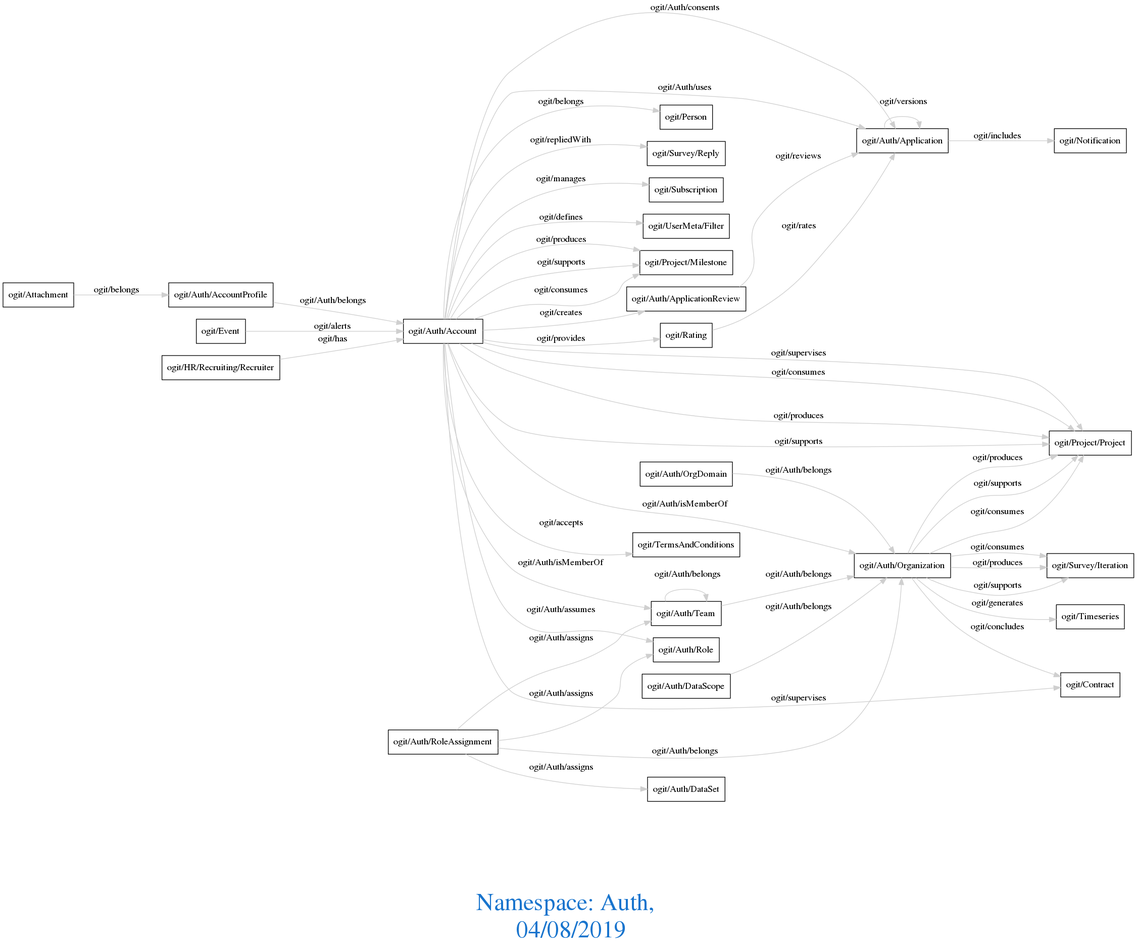
The Graphviz diagram downloads/Auth.png in arago/OGIT, before a commit. Its source is kept beside it as downloads/Auth.dot.
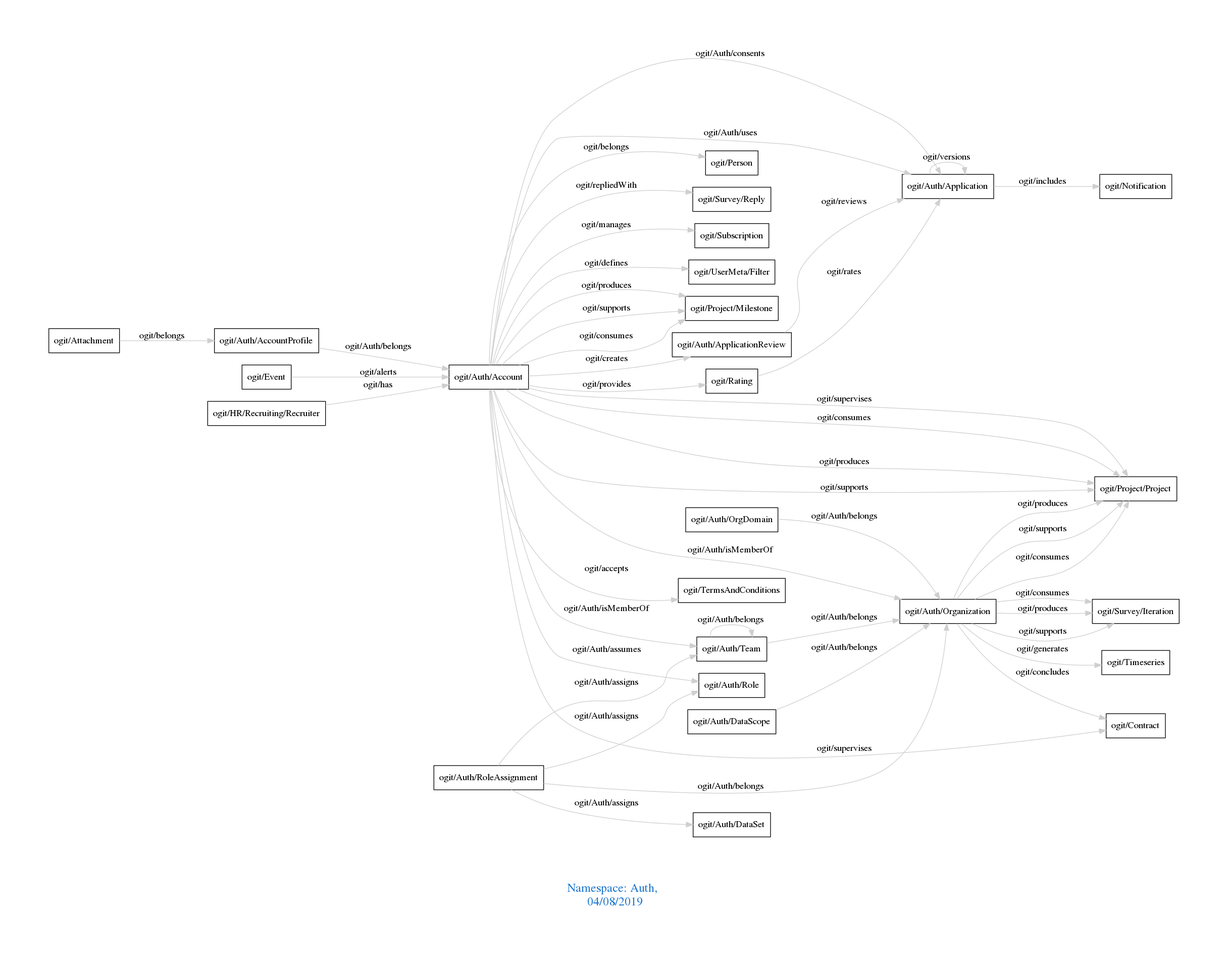
After the change.

Diff of the diagram source:
```diff
@@ -1,6 +1,6 @@
 digraph OGIT_ontology {
- graph [ rankdir= LR,compound=true
-fontsize = 36,
+ graph [ rankdir= LR,pad=1
+fontsize = 18,
 fontcolor= dodgerblue3,label = "\n\n\nNamespace: Auth, \n 04/08/2019"];
 node[shape=polygon];
 edge [  color="gray81"];
@@ -11,8 +11,6 @@
    "ogit/Auth/DataScope" -> "ogit/Auth/Organization" [label="   ogit/Auth/belongs    "];
    "ogit/Auth/OrgDomain" -> "ogit/Auth/Organization" [label="   ogit/Auth/belongs    "];
    "ogit/Auth/RoleAssignment" -> "ogit/Auth/Organization" [label="   ogit/Auth/belongs    "];
-   "ogit/Auth/Team" -> "ogit/Auth/Team" [label="   ogit/Auth/belongs
-  "];
    "ogit/Auth/Team" -> "ogit/Auth/Organization" [label="   ogit/Auth/belongs    "];
    "ogit/Auth/Organization" -> "ogit/Contract" [label="   ogit/concludes    "];
    "ogit/Auth/Account" -> "ogit/Project/Milestone" [label="   ogit/supports    "];
@@ -36,8 +34,6 @@
    "ogit/Auth/RoleAssignment" -> "ogit/Auth/DataSet" [label="   ogit/Auth/assigns    "];
    "ogit/Rating" -> "ogit/Auth/Application" [label="   ogit/rates    "];
    "ogit/Event" -> "ogit/Auth/Account" [label="   ogit/alerts    "];
-   "ogit/Auth/Application" -> "ogit/Auth/Application" [label="   ogit/versions
-  "];
    "ogit/Auth/ApplicationReview" -> "ogit/Auth/Application" [label="   ogit/reviews    "];
    "ogit/Auth/Account" -> "ogit/Rating" [label="   ogit/provides    "];
    "ogit/Auth/Account" -> "ogit/Project/Milestone" [label="   ogit/produces    "];
@@ -51,4 +47,6 @@
    "ogit/Auth/Account" -> "ogit/Auth/Application" [label="   ogit/Auth/uses    "];
    "ogit/Auth/Account" -> "ogit/Survey/Reply" [label="   ogit/repliedWith    "];
    "ogit/HR/Recruiting/Recruiter" -> "ogit/Auth/Account" [label="   ogit/has    "];
+   "ogit/Auth/Application" -> "ogit/Auth/Application" [label="   ogit/versions    "];
+   "ogit/Auth/Team" -> "ogit/Auth/Team" [label="   ogit/Auth/belongs    "];
 }
```
